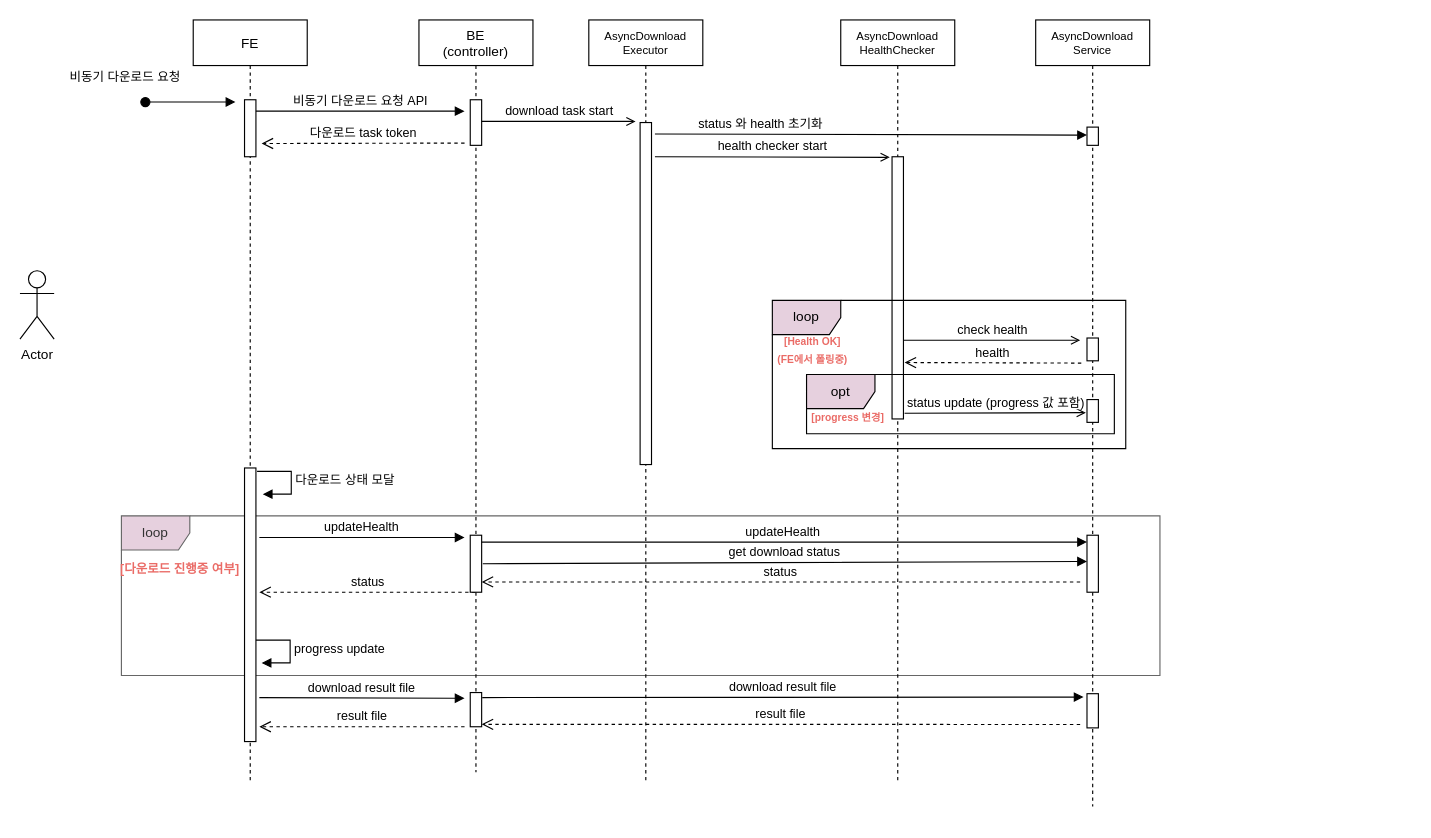
Above: 제목 없는 다이어그램.drawio in shani88/test (draw.io), before the change. Source tidied: cells renumbered, new cells numbered last; positions are measured from the earlier drawing's top-left corner, leaving out a move shared by most shapes. Both pictures are drawn from the tidied source at 114%, with x=0, y=0 at pixel (19, 19).
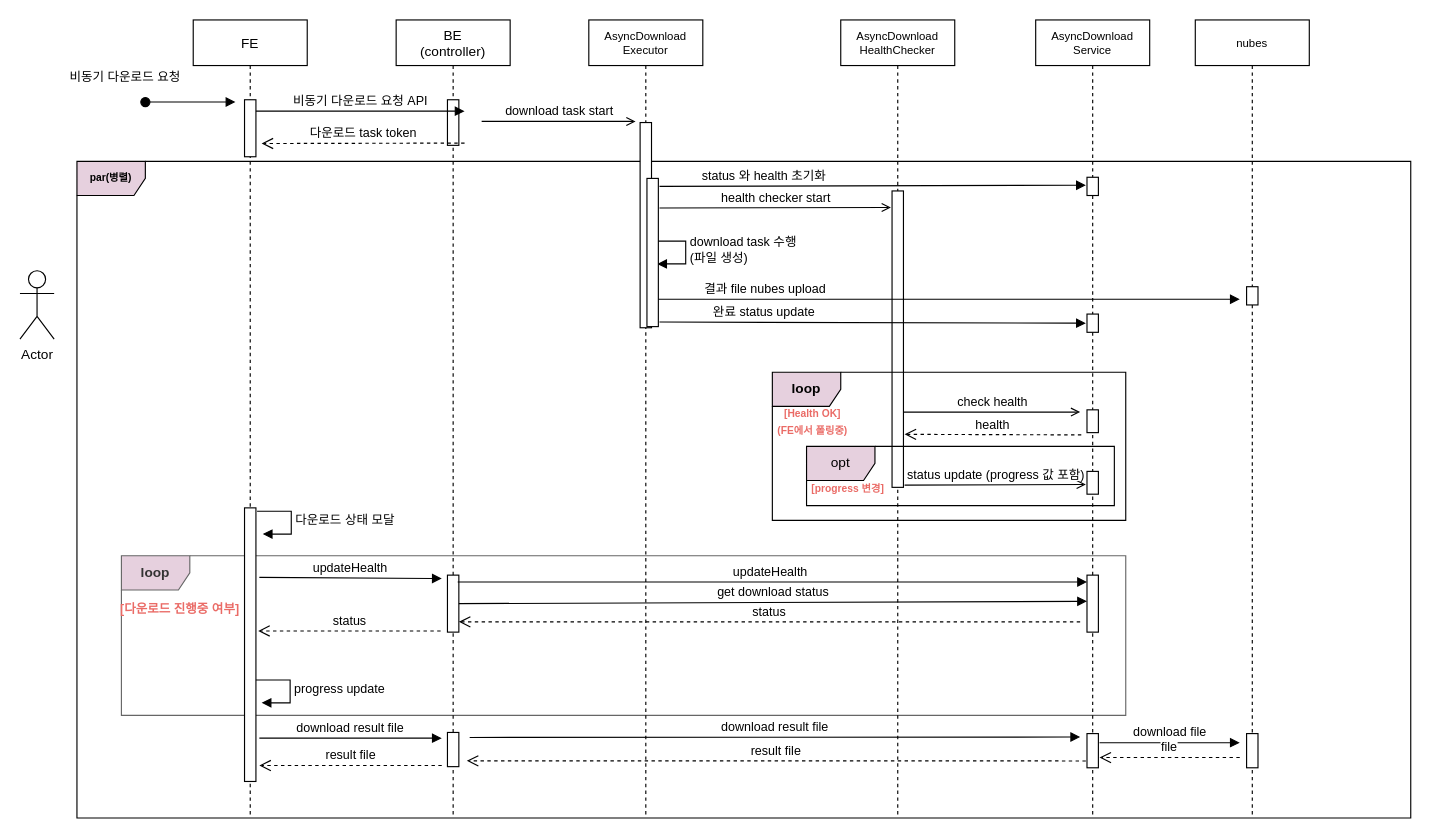
After the change.

Commit message (it also covers changes not shown here):
제목 없는 다이어그램.drawio 업데이트

What changed in the source:
```diff
@@
+    <mxCell id="47" value="&lt;font color=&quot;#000000&quot;&gt;&lt;b&gt;par(병렬)&lt;/b&gt;&lt;/font&gt;" style="shape=umlFrame;whiteSpace=wrap;html=1;fontSize=9;fontColor=#EA6B66;fillColor=#E6D0DE;" parent="1" vertex="1">
+      <mxGeometry x="50" y="124" width="1170" height="576" as="geometry" />
+    </mxCell>
-    <mxCell id="2" value="loop" style="shape=umlFrame;whiteSpace=wrap;html=1;fillColor=#E6D0DE;fontColor=#333333;strokeColor=#666666;" parent="1" vertex="1">
-      <mxGeometry x="89" y="435" width="911" height="140" as="geometry" />
+    <mxCell id="2" value="&lt;b&gt;loop&lt;/b&gt;" style="shape=umlFrame;whiteSpace=wrap;html=1;fillColor=#E6D0DE;fontColor=#333333;strokeColor=#666666;" parent="1" vertex="1">
+      <mxGeometry x="89" y="470" width="881" height="140" as="geometry" />
     </mxCell>
     <mxCell id="3" value="FE" style="shape=umlLifeline;perimeter=lifelinePerimeter;rounded=0;shadow=0;strokeWidth=1;" parent="1" vertex="1">
-      <mxGeometry x="152" width="100" height="670" as="geometry" />
+      <mxGeometry x="152" width="100" height="700" as="geometry" />
     </mxCell>
@@
     <mxCell id="6" style="html=1;perimeter=orthogonalPerimeter;" parent="3" vertex="1">
-      <mxGeometry x="45" y="393" width="10" height="240" as="geometry" />
+      <mxGeometry x="45" y="428" width="10" height="240" as="geometry" />
     </mxCell>
     <mxCell id="7" value="다운로드 상태 모달" style="edgeStyle=orthogonalEdgeStyle;html=1;align=left;spacingLeft=2;endArrow=block;rounded=0;entryX=1;entryY=0;" parent="3" edge="1">
       <mxGeometry relative="1" as="geometry">
-        <mxPoint x="56" y="396" as="sourcePoint" />
-        <mxPoint x="61" y="416" as="targetPoint" />
+        <mxPoint x="56" y="431" as="sourcePoint" />
+        <mxPoint x="61" y="451" as="targetPoint" />
         <Array as="points">
-          <mxPoint x="86" y="396" />
+          <mxPoint x="86" y="431" />
         </Array>
       </mxGeometry>
     </mxCell>
     <mxCell id="8" value="status" style="html=1;verticalAlign=bottom;endArrow=open;dashed=1;endSize=8;rounded=0;" parent="3" edge="1">
       <mxGeometry relative="1" as="geometry">
-        <mxPoint x="247.5" y="502" as="sourcePoint" />
-        <mxPoint x="58" y="502" as="targetPoint" />
+        <mxPoint x="217" y="536" as="sourcePoint" />
+        <mxPoint x="57" y="536" as="targetPoint" />
       </mxGeometry>
     </mxCell>
     <mxCell id="9" value="BE&#10;(controller)" style="shape=umlLifeline;perimeter=lifelinePerimeter;rounded=0;shadow=0;strokeWidth=1;" parent="1" vertex="1">
-      <mxGeometry x="350" width="100" height="660" as="geometry" />
+      <mxGeometry x="330" width="100" height="700" as="geometry" />
     </mxCell>
@@
     <mxCell id="11" style="points=[];perimeter=orthogonalPerimeter;rounded=0;shadow=0;strokeWidth=1;" parent="9" vertex="1">
-      <mxGeometry x="45" y="452" width="10" height="50" as="geometry" />
+      <mxGeometry x="45" y="487" width="10" height="50" as="geometry" />
     </mxCell>
     <mxCell id="12" style="perimeter=orthogonalPerimeter;rounded=0;shadow=0;strokeWidth=1;" parent="9" vertex="1">
-      <mxGeometry x="45" y="590" width="10" height="30" as="geometry" />
+      <mxGeometry x="45" y="625" width="10" height="30" as="geometry" />
     </mxCell>
     <mxCell id="13" value="download result file" style="verticalAlign=bottom;endArrow=block;shadow=0;strokeWidth=1;" parent="9" edge="1">
       <mxGeometry relative="1" as="geometry">
-        <mxPoint x="-140" y="594.5" as="sourcePoint" />
-        <mxPoint x="40" y="595" as="targetPoint" />
+        <mxPoint x="-120" y="630" as="sourcePoint" />
+        <mxPoint x="40" y="630" as="targetPoint" />
       </mxGeometry>
     </mxCell>
     <mxCell id="14" value="result file" style="html=1;verticalAlign=bottom;endArrow=open;dashed=1;endSize=8;rounded=0;" parent="9" edge="1">
       <mxGeometry relative="1" as="geometry">
-        <mxPoint x="40" y="620" as="sourcePoint" />
-        <mxPoint x="-140" y="620" as="targetPoint" />
+        <mxPoint x="40" y="654" as="sourcePoint" />
+        <mxPoint x="-120" y="654" as="targetPoint" />
       </mxGeometry>
     </mxCell>
@@
     <mxCell id="18" value="AsyncDownload&#10;Executor" style="shape=umlLifeline;perimeter=lifelinePerimeter;rounded=0;shadow=0;strokeWidth=1;fontSize=10;" parent="1" vertex="1">
-      <mxGeometry x="499" width="100" height="670" as="geometry" />
+      <mxGeometry x="499" width="100" height="700" as="geometry" />
     </mxCell>
     <mxCell id="19" style="perimeter=orthogonalPerimeter;rounded=0;shadow=0;strokeWidth=1;" parent="18" vertex="1">
-      <mxGeometry x="45" y="90" width="10" height="300" as="geometry" />
+      <mxGeometry x="45" y="90" width="10" height="180" as="geometry" />
     </mxCell>
+    <mxCell id="48" value="download task 수행&lt;br&gt;(파일 생성)" style="edgeStyle=orthogonalEdgeStyle;html=1;align=left;spacingLeft=2;endArrow=block;rounded=0;entryX=1;entryY=0;" parent="18" edge="1">
+      <mxGeometry relative="1" as="geometry">
+        <mxPoint x="55" y="194" as="sourcePoint" />
+        <mxPoint x="60" y="214" as="targetPoint" />
+        <Array as="points">
+          <mxPoint x="85" y="194" />
+        </Array>
+      </mxGeometry>
+    </mxCell>
+    <mxCell id="49" style="perimeter=orthogonalPerimeter;rounded=0;shadow=0;strokeWidth=1;" parent="18" vertex="1">
+      <mxGeometry x="51" y="139" width="10" height="130" as="geometry" />
+    </mxCell>
     <mxCell id="20" value="AsyncDownload&#10;HealthChecker" style="shape=umlLifeline;perimeter=lifelinePerimeter;rounded=0;shadow=0;strokeWidth=1;fontSize=10;" parent="1" vertex="1">
-      <mxGeometry x="720" width="100" height="670" as="geometry" />
+      <mxGeometry x="720" width="100" height="700" as="geometry" />
     </mxCell>
     <mxCell id="21" value="status" style="html=1;verticalAlign=bottom;endArrow=open;dashed=1;endSize=8;rounded=0;" parent="20" edge="1" target="11">
       <mxGeometry relative="1" as="geometry">
-        <mxPoint x="210" y="493" as="sourcePoint" />
+        <mxPoint x="210" y="528" as="sourcePoint" />
       </mxGeometry>
     </mxCell>
     <mxCell id="22" style="perimeter=orthogonalPerimeter;rounded=0;shadow=0;strokeWidth=1;" parent="20" vertex="1">
-      <mxGeometry x="45" y="120" width="10" height="230" as="geometry" />
+      <mxGeometry x="45" y="150" width="10" height="260" as="geometry" />
     </mxCell>
+    <mxCell id="50" value="완료 status update" style="verticalAlign=bottom;endArrow=block;shadow=0;strokeWidth=1;entryX=-0.1;entryY=0.5;entryDx=0;entryDy=0;entryPerimeter=0;" parent="20" edge="1" target="51">
+      <mxGeometry x="-0.51" relative="1" as="geometry">
+        <mxPoint x="-159" y="265" as="sourcePoint" />
+      </mxGeometry>
+    </mxCell>
     <mxCell id="23" value="AsyncDownload&#10;Service" style="shape=umlLifeline;perimeter=lifelinePerimeter;rounded=0;shadow=0;strokeWidth=1;fontSize=10;" parent="1" vertex="1">
-      <mxGeometry x="891" width="100" height="690" as="geometry" />
+      <mxGeometry x="891" width="100" height="700" as="geometry" />
     </mxCell>
     <mxCell id="24" style="points=[];perimeter=orthogonalPerimeter;rounded=0;shadow=0;strokeWidth=1;" parent="23" vertex="1">
-      <mxGeometry x="45" y="452" width="10" height="50" as="geometry" />
+      <mxGeometry x="45" y="487" width="10" height="50" as="geometry" />
     </mxCell>
     <mxCell id="25" style="points=[];perimeter=orthogonalPerimeter;rounded=0;shadow=0;strokeWidth=1;" parent="23" vertex="1">
-      <mxGeometry x="45" y="591" width="10" height="30" as="geometry" />
+      <mxGeometry x="45" y="626" width="10" height="30" as="geometry" />
     </mxCell>
     <mxCell id="26" value="health" style="html=1;verticalAlign=bottom;endArrow=open;dashed=1;endSize=8;rounded=0;entryX=1.1;entryY=0.45;entryDx=0;entryDy=0;entryPerimeter=0;" parent="23" edge="1">
       <mxGeometry relative="1" as="geometry">
-        <mxPoint x="40" y="301" as="sourcePoint" />
-        <mxPoint x="-115" y="300.5" as="targetPoint" />
+        <mxPoint x="40" y="364" as="sourcePoint" />
+        <mxPoint x="-115" y="363.5" as="targetPoint" />
       </mxGeometry>
     </mxCell>
     <mxCell id="27" style="perimeter=orthogonalPerimeter;rounded=0;shadow=0;strokeWidth=1;" parent="23" vertex="1">
-      <mxGeometry x="45" y="279" width="10" height="20" as="geometry" />
+      <mxGeometry x="45" y="342" width="10" height="20" as="geometry" />
     </mxCell>
     <mxCell id="28" style="points=[];perimeter=orthogonalPerimeter;rounded=0;shadow=0;strokeWidth=1;" parent="23" vertex="1">
-      <mxGeometry x="45" y="94" width="10" height="16" as="geometry" />
+      <mxGeometry x="45" y="138" width="10" height="16" as="geometry" />
     </mxCell>
+    <mxCell id="51" style="points=[];perimeter=orthogonalPerimeter;rounded=0;shadow=0;strokeWidth=1;" parent="23" vertex="1">
+      <mxGeometry x="45" y="258" width="10" height="16" as="geometry" />
+    </mxCell>
@@
     <mxCell id="30" value="updateHealth" style="verticalAlign=bottom;endArrow=block;shadow=0;strokeWidth=1;" parent="1" edge="1">
       <mxGeometry relative="1" as="geometry">
-        <mxPoint x="210" y="454" as="sourcePoint" />
-        <mxPoint x="390" y="454" as="targetPoint" />
+        <mxPoint x="210" y="489" as="sourcePoint" />
+        <mxPoint x="370" y="490" as="targetPoint" />
       </mxGeometry>
     </mxCell>
@@
-    <mxCell id="32" value="updateHealth " style="verticalAlign=bottom;endArrow=block;shadow=0;strokeWidth=1;" parent="1" edge="1" target="24">
-      <mxGeometry relative="1" as="geometry">
-        <mxPoint x="405" y="458" as="sourcePoint" />
-      </mxGeometry>
+    <mxCell id="32" value="updateHealth " style="verticalAlign=bottom;endArrow=block;shadow=0;strokeWidth=1;exitX=0.9;exitY=0.12;exitDx=0;exitDy=0;exitPerimeter=0;" parent="1" edge="1" source="11" target="24">
+      <mxGeometry relative="1" as="geometry" />
     </mxCell>
     <mxCell id="33" value="progress update" style="edgeStyle=orthogonalEdgeStyle;html=1;align=left;spacingLeft=2;endArrow=block;rounded=0;entryX=1;entryY=0;" parent="1" edge="1">
       <mxGeometry relative="1" as="geometry">
-        <mxPoint x="207" y="544" as="sourcePoint" />
-        <mxPoint x="212" y="564" as="targetPoint" />
+        <mxPoint x="207" y="579" as="sourcePoint" />
+        <mxPoint x="212" y="599" as="targetPoint" />
         <Array as="points">
-          <mxPoint x="237" y="544" />
+          <mxPoint x="237" y="579" />
         </Array>
       </mxGeometry>
     </mxCell>
     <mxCell id="34" value="&lt;span style=&quot;font-size: 11px;&quot;&gt;&lt;b&gt;&lt;font color=&quot;#ea6b66&quot;&gt;[다운로드 진행중 여부]&lt;/font&gt;&lt;/b&gt;&lt;/span&gt;" style="text;html=1;align=center;verticalAlign=middle;strokeColor=none;fillColor=none;" parent="1" vertex="1">
-      <mxGeometry x="80" y="467" width="120" height="30" as="geometry" />
+      <mxGeometry x="80" y="502" width="120" height="30" as="geometry" />
     </mxCell>
-    <mxCell id="35" value="result file" style="html=1;verticalAlign=bottom;endArrow=open;dashed=1;endSize=8;rounded=0;" parent="1" edge="1">
+    <mxCell id="35" value="result file" style="html=1;verticalAlign=bottom;endArrow=open;dashed=1;endSize=8;rounded=0;exitX=-0.1;exitY=0.7;exitDx=0;exitDy=0;exitPerimeter=0;" parent="1" edge="1">
       <mxGeometry relative="1" as="geometry">
-        <mxPoint x="930" y="618" as="sourcePoint" />
-        <mxPoint x="405" y="617.9" as="targetPoint" />
+        <mxPoint x="935" y="650" as="sourcePoint" />
+        <mxPoint x="392" y="649.9" as="targetPoint" />
       </mxGeometry>
     </mxCell>
-    <mxCell id="36" value="download result file" style="verticalAlign=bottom;endArrow=block;shadow=0;strokeWidth=1;entryX=-0.3;entryY=0.1;entryDx=0;entryDy=0;entryPerimeter=0;" parent="1" edge="1" target="25">
+    <mxCell id="36" value="download result file" style="verticalAlign=bottom;endArrow=block;shadow=0;strokeWidth=1;" parent="1" edge="1">
       <mxGeometry relative="1" as="geometry">
-        <mxPoint x="405.5" y="594.4" as="sourcePoint" />
+        <mxPoint x="394.5" y="629.4" as="sourcePoint" />
+        <mxPoint x="930" y="629" as="targetPoint" />
       </mxGeometry>
     </mxCell>
-    <mxCell id="37" value="get download status" style="verticalAlign=bottom;endArrow=block;shadow=0;strokeWidth=1;entryX=0;entryY=0.46;entryDx=0;entryDy=0;entryPerimeter=0;" parent="1" edge="1" target="24">
-      <mxGeometry relative="1" as="geometry">
-        <mxPoint x="406" y="477" as="sourcePoint" />
-      </mxGeometry>
+    <mxCell id="37" value="get download status" style="verticalAlign=bottom;endArrow=block;shadow=0;strokeWidth=1;entryX=0;entryY=0.46;entryDx=0;entryDy=0;entryPerimeter=0;exitX=1;exitY=0.5;exitDx=0;exitDy=0;exitPerimeter=0;" parent="1" edge="1" source="11" target="24">
+      <mxGeometry relative="1" as="geometry" />
     </mxCell>
     <mxCell id="38" value="&lt;span style=&quot;background-color: rgb(255, 255, 255);&quot;&gt;check health&lt;/span&gt;" style="html=1;verticalAlign=bottom;labelBackgroundColor=none;endArrow=open;endFill=0;rounded=0;" parent="1" edge="1">
       <mxGeometry relative="1" as="geometry">
-        <mxPoint x="775" y="281" as="sourcePoint" />
-        <mxPoint x="930" y="281" as="targetPoint" />
+        <mxPoint x="775" y="344" as="sourcePoint" />
+        <mxPoint x="930" y="344" as="targetPoint" />
       </mxGeometry>
     </mxCell>
     <mxCell id="39" value="&lt;span style=&quot;background-color: rgb(255, 255, 255);&quot;&gt;status update (progress 값 포함)&lt;/span&gt;" style="html=1;verticalAlign=bottom;labelBackgroundColor=none;endArrow=open;endFill=0;rounded=0;entryX=-0.1;entryY=0.575;entryDx=0;entryDy=0;entryPerimeter=0;" parent="1" edge="1" target="41">
       <mxGeometry relative="1" as="geometry">
-        <mxPoint x="776" y="345" as="sourcePoint" />
+        <mxPoint x="776" y="408" as="sourcePoint" />
       </mxGeometry>
     </mxCell>
     <mxCell id="40" value="&lt;b style=&quot;&quot;&gt;&lt;font color=&quot;#ea6b66&quot; style=&quot;font-size: 9px;&quot;&gt;[progress 변경]&lt;/font&gt;&lt;/b&gt;" style="text;html=1;align=center;verticalAlign=middle;strokeColor=none;fillColor=none;" parent="1" vertex="1">
-      <mxGeometry x="681" y="333" width="90" height="30" as="geometry" />
+      <mxGeometry x="681" y="396" width="90" height="30" as="geometry" />
     </mxCell>
     <mxCell id="41" style="points=[];perimeter=orthogonalPerimeter;rounded=0;shadow=0;strokeWidth=1;" parent="1" vertex="1">
-      <mxGeometry x="936" y="333" width="10" height="20" as="geometry" />
+      <mxGeometry x="936" y="396" width="10" height="20" as="geometry" />
     </mxCell>
     <mxCell id="42" value="&lt;span style=&quot;font-size: 11px;&quot;&gt;&lt;b style=&quot;font-size: 9px;&quot;&gt;&lt;font style=&quot;font-size: 9px;&quot; color=&quot;#ea6b66&quot;&gt;[Health OK]&lt;br style=&quot;font-size: 9px;&quot;&gt;(FE에서 폴링중)&lt;br&gt;&lt;/font&gt;&lt;/b&gt;&lt;/span&gt;" style="text;html=1;align=center;verticalAlign=middle;strokeColor=none;fillColor=none;" parent="1" vertex="1">
-      <mxGeometry x="650" y="269" width="90" height="40" as="geometry" />
+      <mxGeometry x="650" y="332" width="90" height="40" as="geometry" />
     </mxCell>
     <mxCell id="43" value="opt" style="shape=umlFrame;whiteSpace=wrap;html=1;fillColor=#E6D0DE;" parent="1" vertex="1">
-      <mxGeometry x="690" y="311" width="270" height="52" as="geometry" />
+      <mxGeometry x="690" y="374" width="270" height="52" as="geometry" />
     </mxCell>
-    <mxCell id="44" value="loop" style="shape=umlFrame;whiteSpace=wrap;html=1;fillColor=#E6D0DE;" parent="1" vertex="1">
-      <mxGeometry x="660" y="246" width="310" height="130" as="geometry" />
+    <mxCell id="44" value="&lt;b&gt;loop&lt;/b&gt;" style="shape=umlFrame;whiteSpace=wrap;html=1;fillColor=#E6D0DE;" parent="1" vertex="1">
+      <mxGeometry x="660" y="309" width="310" height="130" as="geometry" />
     </mxCell>
-    <mxCell id="45" value="status 와 health 초기화" style="verticalAlign=bottom;endArrow=block;shadow=0;strokeWidth=1;entryX=0;entryY=0.438;entryDx=0;entryDy=0;entryPerimeter=0;" parent="1" edge="1" target="28">
+    <mxCell id="45" value="status 와 health 초기화" style="verticalAlign=bottom;endArrow=block;shadow=0;strokeWidth=1;entryX=0;entryY=0.438;entryDx=0;entryDy=0;entryPerimeter=0;exitX=1.2;exitY=0.077;exitDx=0;exitDy=0;exitPerimeter=0;" parent="1" edge="1">
       <mxGeometry x="-0.51" relative="1" as="geometry">
-        <mxPoint x="557" y="100" as="sourcePoint" />
+        <mxPoint x="561" y="146" as="sourcePoint" />
+        <mxPoint x="935" y="145" as="targetPoint" />
       </mxGeometry>
     </mxCell>
-    <mxCell id="46" value="&lt;span style=&quot;background-color: rgb(255, 255, 255);&quot;&gt;health checker start&lt;/span&gt;" style="html=1;verticalAlign=bottom;labelBackgroundColor=none;endArrow=open;endFill=0;rounded=0;" parent="1" edge="1">
+    <mxCell id="46" value="&lt;span style=&quot;background-color: rgb(255, 255, 255);&quot;&gt;health checker start&lt;/span&gt;" style="html=1;verticalAlign=bottom;labelBackgroundColor=none;endArrow=open;endFill=0;rounded=0;startArrow=none;" parent="1" edge="1">
       <mxGeometry relative="1" as="geometry">
-        <mxPoint x="557" y="120" as="sourcePoint" />
-        <mxPoint x="763" y="120.5" as="targetPoint" />
+        <mxPoint x="561" y="165" as="sourcePoint" />
+        <mxPoint x="764" y="164.5" as="targetPoint" />
       </mxGeometry>
     </mxCell>
+    <mxCell id="52" value="nubes" style="shape=umlLifeline;perimeter=lifelinePerimeter;rounded=0;shadow=0;strokeWidth=1;fontSize=10;" parent="1" vertex="1">
+      <mxGeometry x="1031" width="100" height="700" as="geometry" />
+    </mxCell>
+    <mxCell id="53" style="perimeter=orthogonalPerimeter;rounded=0;shadow=0;strokeWidth=1;" parent="52" vertex="1">
+      <mxGeometry x="45" y="626" width="10" height="30" as="geometry" />
+    </mxCell>
+    <mxCell id="54" style="perimeter=orthogonalPerimeter;rounded=0;shadow=0;strokeWidth=1;" parent="52" vertex="1">
+      <mxGeometry x="45" y="234" width="10" height="16" as="geometry" />
+    </mxCell>
+    <mxCell id="55" value="download file" style="verticalAlign=bottom;endArrow=block;shadow=0;strokeWidth=1;exitX=1.1;exitY=0.367;exitDx=0;exitDy=0;exitPerimeter=0;" parent="1" edge="1">
+      <mxGeometry relative="1" as="geometry">
+        <mxPoint x="947" y="634" as="sourcePoint" />
+        <mxPoint x="1070" y="634" as="targetPoint" />
+      </mxGeometry>
+    </mxCell>
+    <mxCell id="56" value="file" style="html=1;verticalAlign=bottom;endArrow=open;dashed=1;endSize=8;rounded=0;exitX=-0.2;exitY=0.6;exitDx=0;exitDy=0;exitPerimeter=0;" parent="1" edge="1">
+      <mxGeometry relative="1" as="geometry">
+        <mxPoint x="1070" y="647" as="sourcePoint" />
+        <mxPoint x="947" y="647" as="targetPoint" />
+      </mxGeometry>
+    </mxCell>
+    <mxCell id="57" value="결과 file nubes upload" style="verticalAlign=bottom;endArrow=block;shadow=0;strokeWidth=1;" parent="1" edge="1">
+      <mxGeometry x="-0.63" relative="1" as="geometry">
+        <mxPoint x="560" y="245" as="sourcePoint" />
+        <mxPoint x="1070" y="245" as="targetPoint" />
+      </mxGeometry>
+    </mxCell>
```
